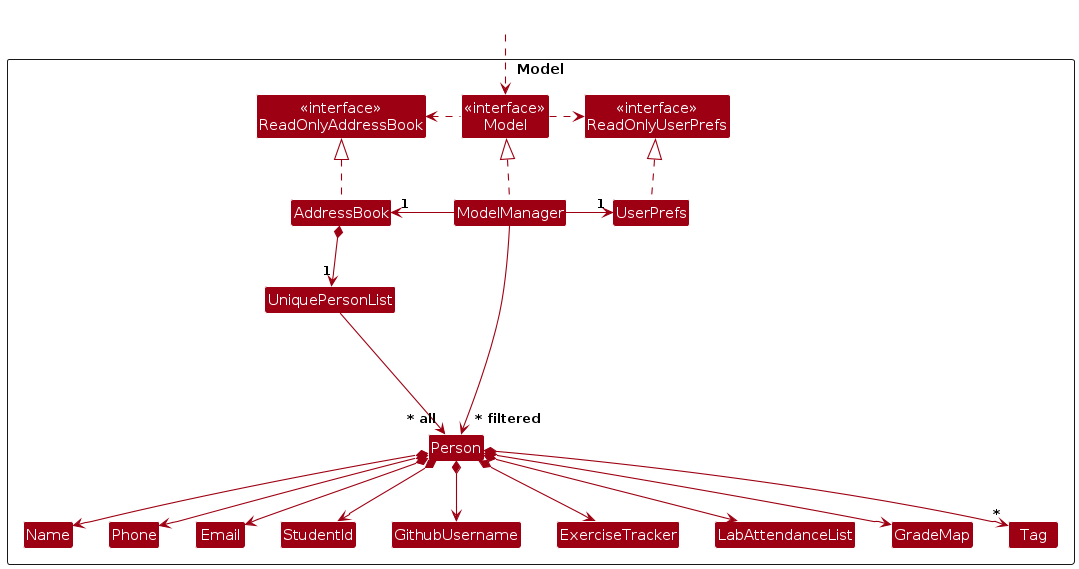
Before: diagrams/ModelClassDiagram.png, a diagram exported from PlantUML (thomas5564/tp). Its source is kept beside it as diagrams/ModelClassDiagram.puml.
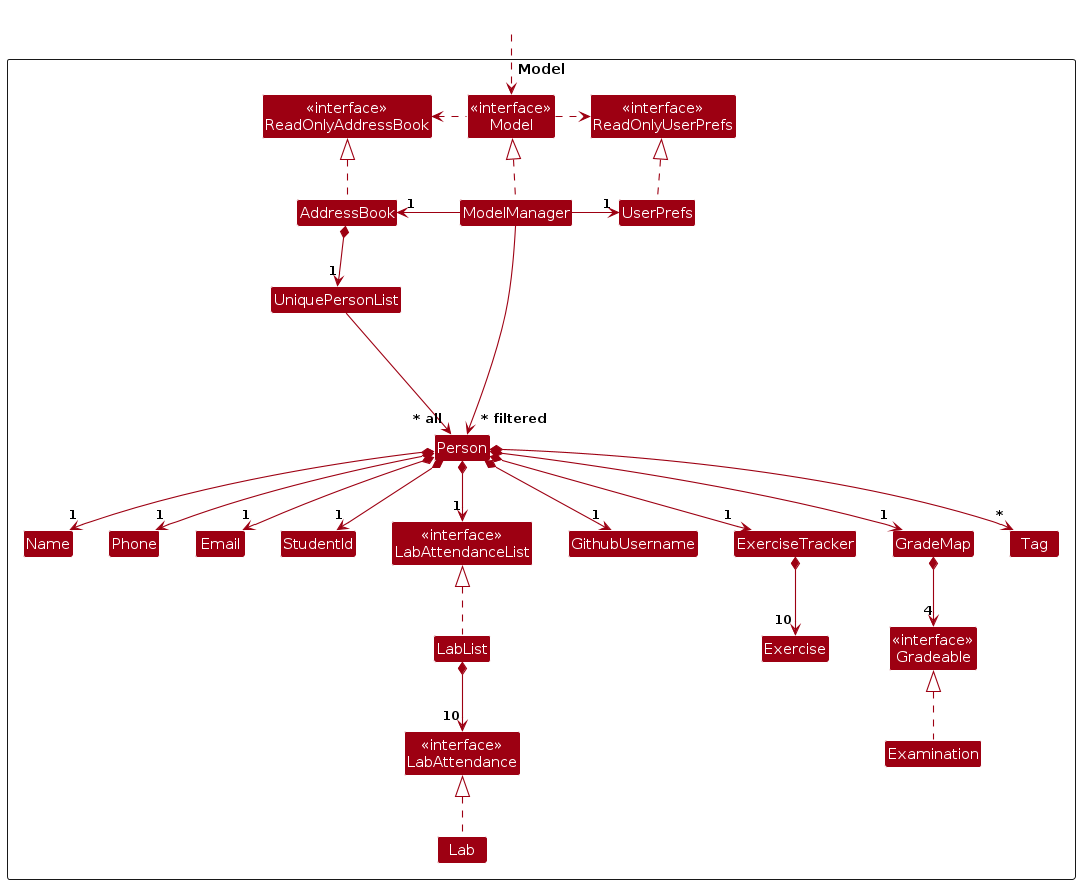
Above is the later version.

What changed in the source:
```diff
@@ -17,12 +17,18 @@
   Class StudentId
   Class GithubUsername
   Class ExerciseTracker
-  Class LabAttendanceList
+  Class "<<interface>>\nLabAttendanceList" as LabAttendanceList
+  Class LabList
   Class GradeMap
   Class Email
   Class Name
   Class Phone
   Class Tag
+  Class Exercise
+  Class "<<interface>>\nLabAttendance" as LabAttendance
+  Class Lab
+  Class "<<interface>>\nGradeable" as Gradeable
+  Class Examination
 
   Class I #FFFFFF
 }
@@ -42,20 +48,31 @@
 AddressBook *--> "1" UniquePersonList
 UniquePersonList --> "~* all" Person
 
-Person *--> StudentId
-Person *--> Name
-Person *--> Phone
-Person *--> Email
-Person *--> GithubUsername
-Person *--> ExerciseTracker
-Person *--> LabAttendanceList
-Person *--> GradeMap
+LabList .up.|> LabAttendanceList
+Lab .up.|> LabAttendance
+Examination .up.|> Gradeable
+
+Person *--> "1" StudentId
+Person *--> "1" Name
+Person *--> "1" Phone
+Person *--> "1" Email
+Person *--> "1" GithubUsername
+Person *--> "1" ExerciseTracker
+Person *--> "1" LabAttendanceList
+Person *--> "1" GradeMap
 Person *--> "*" Tag
+
+
+
+ExerciseTracker *--> "10" Exercise
+LabList *--> "10" LabAttendance
+GradeMap *--> "4" Gradeable
 
 Person -[hidden]up--> I
 UniquePersonList -[hidden]right-> I
 Name -[hidden]right-> Phone
 Phone -[hidden]right-> Email
+StudentId -[hidden]right-> LabAttendanceList
 
 ModelManager --> "~* filtered" Person
 @enduml
```
